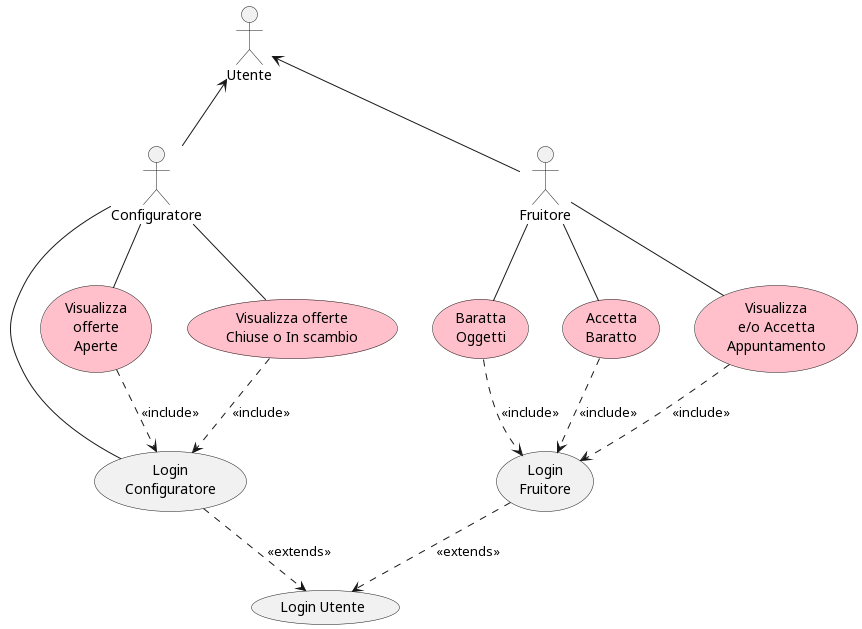
Above: out/Documentation/Ver4/usecase/ver1.png in bernagit/IngegneriaSoftware (PlantUML), before the change.
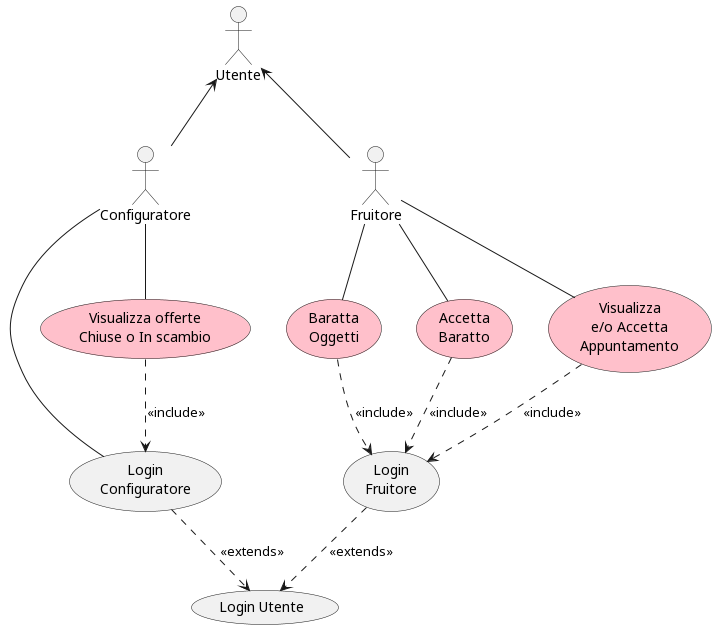
The same file after the commit.

Diff of the diagram source:
```diff
@@ -24,19 +24,16 @@
 (Baratta\nOggetti) #Pink
 (Accetta\nBaratto) #Pink
 (Visualizza\ne/o Accetta\nAppuntamento) #Pink
-(Visualizza\nofferte\nAperte) #Pink
 (Visualizza offerte\nChiuse o In scambio) #Pink
 
 fruit -- (Baratta\nOggetti)
 fruit -- (Accetta\nBaratto)
 fruit -- (Visualizza\ne/o Accetta\nAppuntamento)
-conf -- (Visualizza\nofferte\nAperte)
 conf -- (Visualizza offerte\nChiuse o In scambio)
 
 (Baratta\nOggetti) ..> (Login\nFruitore): <<include>>
 (Accetta\nBaratto) ..> (Login\nFruitore): <<include>>
 (Visualizza\ne/o Accetta\nAppuntamento) ..> (Login\nFruitore): <<include>>
-(Visualizza\nofferte\nAperte) ..> (Login\nConfiguratore): <<include>>
 (Visualizza offerte\nChiuse o In scambio) ..> (Login\nConfiguratore): <<include>>
 
 
```
